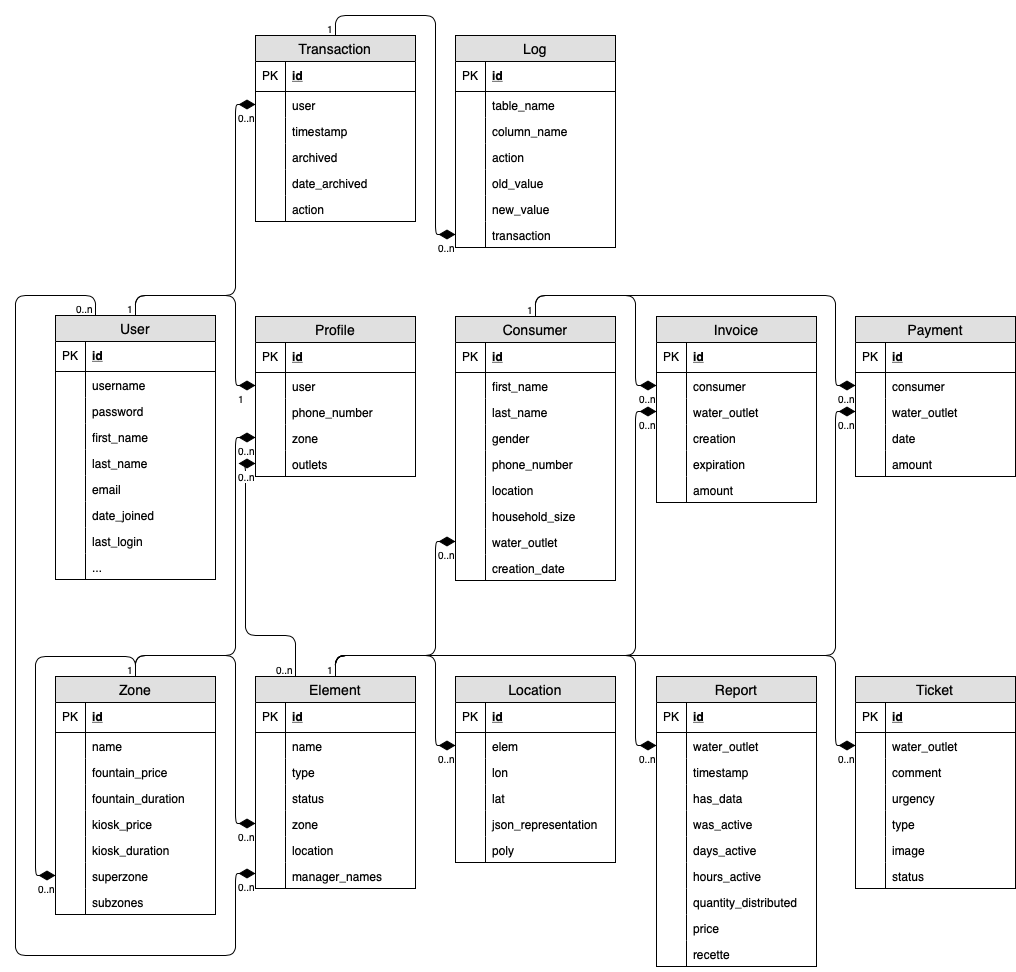
Before: thesis/images/db.png, a diagram exported from draw.io (AdrienHallet/HaitiWater). Source tidied: cells renumbered, new cells last; positions are measured from the earlier drawing's top-left corner, leaving out a move shared by most shapes.
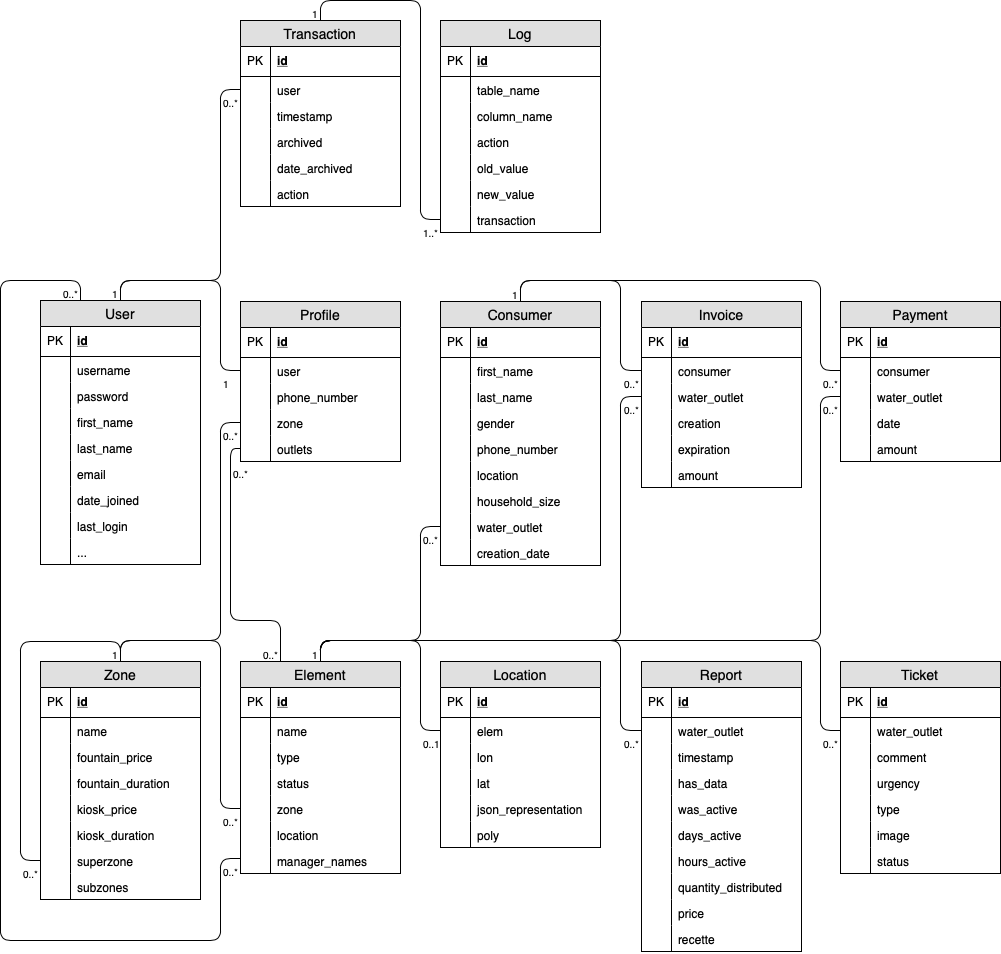
The same file after the commit.

Diff of the diagram source:
```diff
@@ -43,3 +43,3 @@
     </mxCell>
-    <mxCell id="15" style="endArrow=none;html=1;endSize=12;startArrow=diamondThin;startSize=14;startFill=1;edgeStyle=orthogonalEdgeStyle;exitX=0;exitY=0.5;exitDx=0;exitDy=0;entryX=0.5;entryY=0;entryDx=0;entryDy=0;endFill=0;" parent="2" edge="1" source="18" target="2">
+    <mxCell id="15" style="endArrow=none;html=1;endSize=12;startArrow=none;startSize=14;startFill=0;edgeStyle=orthogonalEdgeStyle;exitX=0;exitY=0.5;exitDx=0;exitDy=0;entryX=0.5;entryY=0;entryDx=0;entryDy=0;endFill=0;" parent="2" edge="1" source="18" target="2">
       <mxGeometry relative="1" as="geometry">
@@ -52,3 +52,3 @@
     </mxCell>
-    <mxCell id="16" value="0..n" style="html=1;align=left;verticalAlign=top;labelBackgroundColor=#ffffff;fontSize=10;" parent="15" vertex="1">
+    <mxCell id="16" value="0..*" style="html=1;align=left;verticalAlign=top;labelBackgroundColor=#ffffff;fontSize=10;" parent="15" vertex="1">
       <mxGeometry x="-1" relative="1" as="geometry">
@@ -158,3 +158,3 @@
     </mxCell>
-    <mxCell id="50" style="endArrow=none;html=1;endSize=12;startArrow=diamondThin;startSize=14;startFill=1;edgeStyle=orthogonalEdgeStyle;exitX=0;exitY=0.5;exitDx=0;exitDy=0;entryX=0.5;entryY=0;entryDx=0;entryDy=0;endFill=0;" parent="1" edge="1" source="31" target="2">
+    <mxCell id="50" style="endArrow=none;html=1;endSize=12;startArrow=none;startSize=14;startFill=0;edgeStyle=orthogonalEdgeStyle;exitX=0;exitY=0.5;exitDx=0;exitDy=0;entryX=0.5;entryY=0;entryDx=0;entryDy=0;endFill=0;" parent="1" edge="1" source="31" target="2">
       <mxGeometry relative="1" as="geometry">
@@ -167,3 +167,3 @@
     </mxCell>
-    <mxCell id="51" value="0..n" style="html=1;align=left;verticalAlign=top;labelBackgroundColor=#ffffff;fontSize=10;" parent="50" vertex="1">
+    <mxCell id="51" value="0..*" style="html=1;align=left;verticalAlign=top;labelBackgroundColor=#ffffff;fontSize=10;" parent="50" vertex="1">
       <mxGeometry x="-1" relative="1" as="geometry">
@@ -177,3 +177,3 @@
     </mxCell>
-    <mxCell id="53" style="endArrow=none;html=1;endSize=12;startArrow=diamondThin;startSize=14;startFill=1;edgeStyle=orthogonalEdgeStyle;exitX=0;exitY=0.5;exitDx=0;exitDy=0;entryX=0.5;entryY=0;entryDx=0;entryDy=0;endFill=0;" parent="1" edge="1" source="40" target="22">
+    <mxCell id="53" style="endArrow=none;html=1;endSize=12;startArrow=none;startSize=14;startFill=0;edgeStyle=orthogonalEdgeStyle;exitX=0;exitY=0.5;exitDx=0;exitDy=0;entryX=0.5;entryY=0;entryDx=0;entryDy=0;endFill=0;" parent="1" edge="1" source="40" target="22">
       <mxGeometry relative="1" as="geometry">
@@ -186,3 +186,3 @@
     </mxCell>
-    <mxCell id="54" value="0..n" style="html=1;align=left;verticalAlign=top;labelBackgroundColor=#ffffff;fontSize=10;" parent="53" vertex="1">
+    <mxCell id="54" value="0..1" style="html=1;align=left;verticalAlign=top;labelBackgroundColor=#ffffff;fontSize=10;" parent="53" vertex="1">
       <mxGeometry x="-1" relative="1" as="geometry">
@@ -253,3 +253,3 @@
     </mxCell>
-    <mxCell id="75" style="endArrow=none;html=1;endSize=12;startArrow=diamondThin;startSize=14;startFill=1;edgeStyle=orthogonalEdgeStyle;exitX=0;exitY=0.5;exitDx=0;exitDy=0;endFill=0;entryX=0.5;entryY=0;entryDx=0;entryDy=0;" parent="1" edge="1" source="71" target="22">
+    <mxCell id="75" style="endArrow=none;html=1;endSize=12;startArrow=none;startSize=14;startFill=0;edgeStyle=orthogonalEdgeStyle;exitX=0;exitY=0.5;exitDx=0;exitDy=0;endFill=0;entryX=0.5;entryY=0;entryDx=0;entryDy=0;" parent="1" edge="1" source="71" target="22">
       <mxGeometry relative="1" as="geometry">
@@ -262,3 +262,3 @@
     </mxCell>
-    <mxCell id="76" value="0..n" style="html=1;align=left;verticalAlign=top;labelBackgroundColor=#ffffff;fontSize=10;" parent="75" vertex="1">
+    <mxCell id="76" value="0..*" style="html=1;align=left;verticalAlign=top;labelBackgroundColor=#ffffff;fontSize=10;" parent="75" vertex="1">
       <mxGeometry x="-1" relative="1" as="geometry">
@@ -362,3 +362,3 @@
     </mxCell>
-    <mxCell id="108" style="endArrow=none;html=1;endSize=12;startArrow=diamondThin;startSize=14;startFill=1;edgeStyle=orthogonalEdgeStyle;exitX=0;exitY=0.5;exitDx=0;exitDy=0;endFill=0;entryX=0.5;entryY=0;entryDx=0;entryDy=0;" parent="1" edge="1" source="100" target="78">
+    <mxCell id="108" style="endArrow=none;html=1;endSize=12;startArrow=none;startSize=14;startFill=0;edgeStyle=orthogonalEdgeStyle;exitX=0;exitY=0.5;exitDx=0;exitDy=0;endFill=0;entryX=0.5;entryY=0;entryDx=0;entryDy=0;" parent="1" edge="1" source="100" target="78">
       <mxGeometry relative="1" as="geometry">
@@ -381,3 +381,3 @@
     </mxCell>
-    <mxCell id="111" style="endArrow=none;html=1;endSize=12;startArrow=diamondThin;startSize=14;startFill=1;edgeStyle=orthogonalEdgeStyle;exitX=0;exitY=0.5;exitDx=0;exitDy=0;endFill=0;entryX=0.5;entryY=0;entryDx=0;entryDy=0;" parent="1" edge="1" source="104" target="2">
+    <mxCell id="111" style="endArrow=none;html=1;endSize=12;startArrow=none;startSize=14;startFill=0;edgeStyle=orthogonalEdgeStyle;exitX=0;exitY=0.5;exitDx=0;exitDy=0;endFill=0;entryX=0.5;entryY=0;entryDx=0;entryDy=0;" parent="1" edge="1" source="104" target="2">
       <mxGeometry relative="1" as="geometry">
@@ -390,3 +390,3 @@
     </mxCell>
-    <mxCell id="112" value="0..n" style="html=1;align=left;verticalAlign=top;labelBackgroundColor=#ffffff;fontSize=10;" parent="111" vertex="1">
+    <mxCell id="112" value="0..*" style="html=1;align=left;verticalAlign=top;labelBackgroundColor=#ffffff;fontSize=10;" parent="111" vertex="1">
       <mxGeometry x="-1" relative="1" as="geometry">
@@ -400,3 +400,3 @@
     </mxCell>
-    <mxCell id="114" style="endArrow=none;html=1;endSize=12;startArrow=diamondThin;startSize=14;startFill=1;edgeStyle=orthogonalEdgeStyle;exitX=0;exitY=0.5;exitDx=0;exitDy=0;endFill=0;entryX=0.25;entryY=0;entryDx=0;entryDy=0;" parent="1" edge="1" source="106" target="22">
+    <mxCell id="114" style="endArrow=none;html=1;endSize=12;startArrow=none;startSize=14;startFill=0;edgeStyle=orthogonalEdgeStyle;exitX=0;exitY=0.5;exitDx=0;exitDy=0;endFill=0;entryX=0.25;entryY=0;entryDx=0;entryDy=0;" parent="1" edge="1" source="106" target="22">
       <mxGeometry relative="1" as="geometry">
@@ -409,8 +409,8 @@
     </mxCell>
-    <mxCell id="115" value="0..n" style="html=1;align=left;verticalAlign=top;labelBackgroundColor=#ffffff;fontSize=10;" parent="114" vertex="1">
+    <mxCell id="115" value="0..*&lt;br&gt;" style="html=1;align=left;verticalAlign=top;labelBackgroundColor=#ffffff;fontSize=10;" parent="114" vertex="1">
       <mxGeometry x="-1" relative="1" as="geometry">
-        <mxPoint x="-20" as="offset" />
+        <mxPoint x="-10" y="12" as="offset" />
       </mxGeometry>
     </mxCell>
-    <mxCell id="116" value="0..n" style="html=1;align=right;verticalAlign=top;labelBackgroundColor=#ffffff;fontSize=10;" parent="114" vertex="1">
+    <mxCell id="116" value="0..*" style="html=1;align=right;verticalAlign=top;labelBackgroundColor=#ffffff;fontSize=10;" parent="114" vertex="1">
       <mxGeometry x="1" relative="1" as="geometry">
@@ -458,3 +458,3 @@
     </mxCell>
-    <mxCell id="130" style="endArrow=none;html=1;endSize=12;startArrow=diamondThin;startSize=14;startFill=1;edgeStyle=orthogonalEdgeStyle;endFill=0;entryX=0.25;entryY=0;entryDx=0;entryDy=0;" parent="1" edge="1" target="78">
+    <mxCell id="130" style="endArrow=none;html=1;endSize=12;startArrow=none;startSize=14;startFill=0;edgeStyle=orthogonalEdgeStyle;endFill=0;entryX=0.25;entryY=0;entryDx=0;entryDy=0;" parent="1" edge="1" target="78">
       <mxGeometry relative="1" as="geometry">
@@ -470,3 +470,3 @@
     </mxCell>
-    <mxCell id="131" value="0..n" style="html=1;align=left;verticalAlign=top;labelBackgroundColor=#ffffff;fontSize=10;" parent="130" vertex="1">
+    <mxCell id="131" value="0..*" style="html=1;align=left;verticalAlign=top;labelBackgroundColor=#ffffff;fontSize=10;" parent="130" vertex="1">
       <mxGeometry x="-1" relative="1" as="geometry">
@@ -475,3 +475,3 @@
     </mxCell>
-    <mxCell id="132" value="0..n" style="html=1;align=right;verticalAlign=top;labelBackgroundColor=#ffffff;fontSize=10;" parent="130" vertex="1">
+    <mxCell id="132" value="0..*" style="html=1;align=right;verticalAlign=top;labelBackgroundColor=#ffffff;fontSize=10;" parent="130" vertex="1">
       <mxGeometry x="1" relative="1" as="geometry">
@@ -480,3 +480,3 @@
     </mxCell>
-    <mxCell id="133" style="endArrow=none;html=1;endSize=12;startArrow=diamondThin;startSize=14;startFill=1;edgeStyle=orthogonalEdgeStyle;exitX=0;exitY=0.5;exitDx=0;exitDy=0;entryX=0.5;entryY=0;entryDx=0;entryDy=0;endFill=0;" parent="1" edge="1" source="120" target="56">
+    <mxCell id="133" style="endArrow=none;html=1;endSize=12;startArrow=none;startSize=14;startFill=0;edgeStyle=orthogonalEdgeStyle;exitX=0;exitY=0.5;exitDx=0;exitDy=0;entryX=0.5;entryY=0;entryDx=0;entryDy=0;endFill=0;" parent="1" edge="1" source="120" target="56">
       <mxGeometry relative="1" as="geometry">
@@ -489,3 +489,3 @@
     </mxCell>
-    <mxCell id="134" value="0..n" style="html=1;align=left;verticalAlign=top;labelBackgroundColor=#ffffff;fontSize=10;" parent="133" vertex="1">
+    <mxCell id="134" value="0..*" style="html=1;align=left;verticalAlign=top;labelBackgroundColor=#ffffff;fontSize=10;" parent="133" vertex="1">
       <mxGeometry x="-1" relative="1" as="geometry">
@@ -499,3 +499,3 @@
     </mxCell>
-    <mxCell id="136" style="endArrow=none;html=1;endSize=12;startArrow=diamondThin;startSize=14;startFill=1;edgeStyle=orthogonalEdgeStyle;exitX=0;exitY=0.5;exitDx=0;exitDy=0;entryX=0.5;entryY=0;entryDx=0;entryDy=0;endFill=0;" parent="1" edge="1" source="122" target="22">
+    <mxCell id="136" style="endArrow=none;html=1;endSize=12;startArrow=none;startSize=14;startFill=0;edgeStyle=orthogonalEdgeStyle;exitX=0;exitY=0.5;exitDx=0;exitDy=0;entryX=0.5;entryY=0;entryDx=0;entryDy=0;endFill=0;" parent="1" edge="1" source="122" target="22">
       <mxGeometry relative="1" as="geometry">
@@ -508,3 +508,3 @@
     </mxCell>
-    <mxCell id="137" value="0..n" style="html=1;align=left;verticalAlign=top;labelBackgroundColor=#ffffff;fontSize=10;" parent="136" vertex="1">
+    <mxCell id="137" value="0..*" style="html=1;align=left;verticalAlign=top;labelBackgroundColor=#ffffff;fontSize=10;" parent="136" vertex="1">
       <mxGeometry x="-1" relative="1" as="geometry">
@@ -551,3 +551,3 @@
     </mxCell>
-    <mxCell id="150" style="endArrow=none;html=1;endSize=12;startArrow=diamondThin;startSize=14;startFill=1;edgeStyle=orthogonalEdgeStyle;exitX=0;exitY=0.5;exitDx=0;exitDy=0;entryX=0.5;entryY=0;entryDx=0;entryDy=0;endFill=0;" parent="1" edge="1" source="142" target="56">
+    <mxCell id="150" style="endArrow=none;html=1;endSize=12;startArrow=none;startSize=14;startFill=0;edgeStyle=orthogonalEdgeStyle;exitX=0;exitY=0.5;exitDx=0;exitDy=0;entryX=0.5;entryY=0;entryDx=0;entryDy=0;endFill=0;" parent="1" edge="1" source="142" target="56">
       <mxGeometry relative="1" as="geometry">
@@ -560,3 +560,3 @@
     </mxCell>
-    <mxCell id="151" value="0..n" style="html=1;align=left;verticalAlign=top;labelBackgroundColor=#ffffff;fontSize=10;" parent="150" vertex="1">
+    <mxCell id="151" value="0..*" style="html=1;align=left;verticalAlign=top;labelBackgroundColor=#ffffff;fontSize=10;" parent="150" vertex="1">
       <mxGeometry x="-1" relative="1" as="geometry">
@@ -570,3 +570,3 @@
     </mxCell>
-    <mxCell id="153" style="endArrow=none;html=1;endSize=12;startArrow=diamondThin;startSize=14;startFill=1;edgeStyle=orthogonalEdgeStyle;exitX=0;exitY=0.5;exitDx=0;exitDy=0;endFill=0;entryX=0.5;entryY=0;entryDx=0;entryDy=0;" parent="1" edge="1" source="144" target="22">
+    <mxCell id="153" style="endArrow=none;html=1;endSize=12;startArrow=none;startSize=14;startFill=0;edgeStyle=orthogonalEdgeStyle;exitX=0;exitY=0.5;exitDx=0;exitDy=0;endFill=0;entryX=0.5;entryY=0;entryDx=0;entryDy=0;" parent="1" edge="1" source="144" target="22">
       <mxGeometry relative="1" as="geometry">
@@ -579,3 +579,3 @@
     </mxCell>
-    <mxCell id="154" value="0..n" style="html=1;align=left;verticalAlign=top;labelBackgroundColor=#ffffff;fontSize=10;" parent="153" vertex="1">
+    <mxCell id="154" value="0..*" style="html=1;align=left;verticalAlign=top;labelBackgroundColor=#ffffff;fontSize=10;" parent="153" vertex="1">
       <mxGeometry x="-1" relative="1" as="geometry">
@@ -652,3 +652,3 @@
     </mxCell>
-    <mxCell id="177" style="endArrow=none;html=1;endSize=12;startArrow=diamondThin;startSize=14;startFill=1;edgeStyle=orthogonalEdgeStyle;exitX=0;exitY=0.5;exitDx=0;exitDy=0;entryX=0.5;entryY=0;entryDx=0;entryDy=0;endFill=0;" parent="1" edge="1" source="159" target="22">
+    <mxCell id="177" style="endArrow=none;html=1;endSize=12;startArrow=none;startSize=14;startFill=0;edgeStyle=orthogonalEdgeStyle;exitX=0;exitY=0.5;exitDx=0;exitDy=0;entryX=0.5;entryY=0;entryDx=0;entryDy=0;endFill=0;" parent="1" edge="1" source="159" target="22">
       <mxGeometry relative="1" as="geometry">
@@ -661,3 +661,3 @@
     </mxCell>
-    <mxCell id="178" value="0..n" style="html=1;align=left;verticalAlign=top;labelBackgroundColor=#ffffff;fontSize=10;" parent="177" vertex="1">
+    <mxCell id="178" value="0..*" style="html=1;align=left;verticalAlign=top;labelBackgroundColor=#ffffff;fontSize=10;" parent="177" vertex="1">
       <mxGeometry x="-1" relative="1" as="geometry">
@@ -716,3 +716,3 @@
     </mxCell>
-    <mxCell id="195" style="endArrow=none;html=1;endSize=12;startArrow=diamondThin;startSize=14;startFill=1;edgeStyle=orthogonalEdgeStyle;exitX=0;exitY=0.5;exitDx=0;exitDy=0;entryX=0.5;entryY=0;entryDx=0;entryDy=0;endFill=0;" parent="1" edge="1" source="183" target="22">
+    <mxCell id="195" style="endArrow=none;html=1;endSize=12;startArrow=none;startSize=14;startFill=0;edgeStyle=orthogonalEdgeStyle;exitX=0;exitY=0.5;exitDx=0;exitDy=0;entryX=0.5;entryY=0;entryDx=0;entryDy=0;endFill=0;" parent="1" edge="1" source="183" target="22">
       <mxGeometry relative="1" as="geometry">
@@ -725,3 +725,3 @@
     </mxCell>
-    <mxCell id="196" value="0..n" style="html=1;align=left;verticalAlign=top;labelBackgroundColor=#ffffff;fontSize=10;" parent="195" vertex="1">
+    <mxCell id="196" value="0..*" style="html=1;align=left;verticalAlign=top;labelBackgroundColor=#ffffff;fontSize=10;" parent="195" vertex="1">
       <mxGeometry x="-1" relative="1" as="geometry">
@@ -774,3 +774,3 @@
     </mxCell>
-    <mxCell id="211" style="endArrow=none;html=1;endSize=12;startArrow=diamondThin;startSize=14;startFill=1;edgeStyle=orthogonalEdgeStyle;exitX=0;exitY=0.5;exitDx=0;exitDy=0;entryX=0.5;entryY=0;entryDx=0;entryDy=0;endFill=0;" parent="1" edge="1" source="201" target="78">
+    <mxCell id="211" style="endArrow=none;html=1;endSize=12;startArrow=none;startSize=14;startFill=0;edgeStyle=orthogonalEdgeStyle;exitX=0;exitY=0.5;exitDx=0;exitDy=0;entryX=0.5;entryY=0;entryDx=0;entryDy=0;endFill=0;" parent="1" edge="1" source="201" target="78">
       <mxGeometry relative="1" as="geometry">
@@ -783,3 +783,3 @@
     </mxCell>
-    <mxCell id="212" value="0..n" style="html=1;align=left;verticalAlign=top;labelBackgroundColor=#ffffff;fontSize=10;" parent="211" vertex="1">
+    <mxCell id="212" value="0..*" style="html=1;align=left;verticalAlign=top;labelBackgroundColor=#ffffff;fontSize=10;" parent="211" vertex="1">
       <mxGeometry x="-1" relative="1" as="geometry">
@@ -838,3 +838,3 @@
     </mxCell>
-    <mxCell id="229" style="endArrow=none;html=1;endSize=12;startArrow=diamondThin;startSize=14;startFill=1;edgeStyle=orthogonalEdgeStyle;exitX=0;exitY=0.5;exitDx=0;exitDy=0;entryX=0.5;entryY=0;entryDx=0;entryDy=0;endFill=0;" parent="1" edge="1" source="227" target="198">
+    <mxCell id="229" style="endArrow=none;html=1;endSize=12;startArrow=none;startSize=14;startFill=0;edgeStyle=orthogonalEdgeStyle;exitX=0;exitY=0.5;exitDx=0;exitDy=0;entryX=0.5;entryY=0;entryDx=0;entryDy=0;endFill=0;" parent="1" edge="1" source="227" target="198">
       <mxGeometry relative="1" as="geometry">
@@ -847,3 +847,3 @@
     </mxCell>
-    <mxCell id="230" value="0..n" style="html=1;align=left;verticalAlign=top;labelBackgroundColor=#ffffff;fontSize=10;" parent="229" vertex="1">
+    <mxCell id="230" value="1..*&lt;br&gt;" style="html=1;align=left;verticalAlign=top;labelBackgroundColor=#ffffff;fontSize=10;" parent="229" vertex="1">
       <mxGeometry x="-1" relative="1" as="geometry">
```
